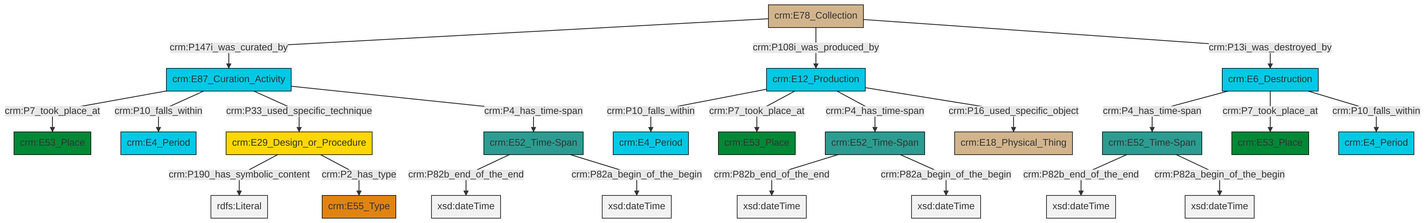
This is et/archivalCSV/ttl/mmd/png/archival_existence.png from swiss-art-research-net/docs.swissartresearch, a Mermaid export, as it was before one commit. Its source is kept beside it as et/archivalCSV/ttl/mmd/archival_existence.ttl.mmd.
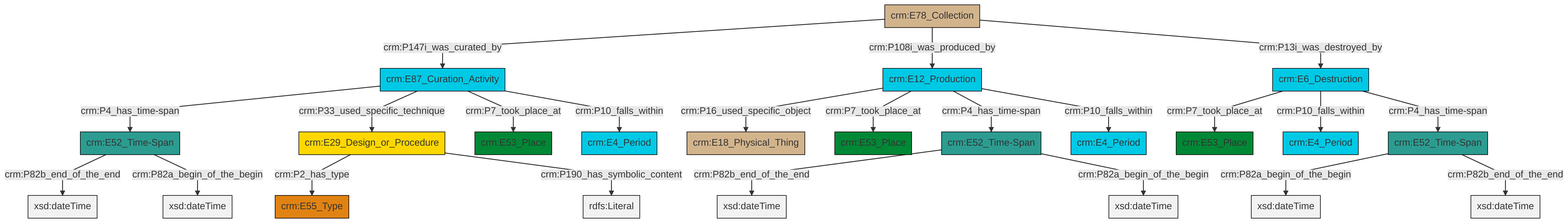
The same file after the commit.

What changed in the source:
```diff
@@ -13,25 +13,25 @@
 classDef PC_Classes fill:#4ce600, stroke:#000000;
 classDef Multi fill:#cccccc,stroke:#000000;
 
-0["crm:E87_Curation_Activity"]:::Temporal_Entity -->|crm:P7_took_place_at| 1["crm:E53_Place"]:::Place
-4["crm:E29_Design_or_Procedure"]:::Conceptual_Object -->|crm:P190_has_symbolic_content| 5[rdfs:Literal]:::Literal
-0["crm:E87_Curation_Activity"]:::Temporal_Entity -->|crm:P10_falls_within| 7["crm:E4_Period"]:::Temporal_Entity
-8["crm:E52_Time-Span"]:::Time-Span -->|crm:P82b_end_of_the_end| 9[xsd:dateTime]:::Literal
-2["crm:E52_Time-Span"]:::Time-Span -->|crm:P82b_end_of_the_end| 10[xsd:dateTime]:::Literal
-11["crm:E6_Destruction"]:::Temporal_Entity -->|crm:P4_has_time-span| 2["crm:E52_Time-Span"]:::Time-Span
-8["crm:E52_Time-Span"]:::Time-Span -->|crm:P82a_begin_of_the_begin| 12[xsd:dateTime]:::Literal
-13["crm:E78_Collection"]:::Physical_Thing -->|crm:P147i_was_curated_by| 0["crm:E87_Curation_Activity"]:::Temporal_Entity
-2["crm:E52_Time-Span"]:::Time-Span -->|crm:P82a_begin_of_the_begin| 16[xsd:dateTime]:::Literal
-11["crm:E6_Destruction"]:::Temporal_Entity -->|crm:P7_took_place_at| 19["crm:E53_Place"]:::Place
-20["crm:E12_Production"]:::Temporal_Entity -->|crm:P10_falls_within| 21["crm:E4_Period"]:::Temporal_Entity
-0["crm:E87_Curation_Activity"]:::Temporal_Entity -->|crm:P33_used_specific_technique| 4["crm:E29_Design_or_Procedure"]:::Conceptual_Object
-17["crm:E52_Time-Span"]:::Time-Span -->|crm:P82b_end_of_the_end| 28[xsd:dateTime]:::Literal
-20["crm:E12_Production"]:::Temporal_Entity -->|crm:P7_took_place_at| 14["crm:E53_Place"]:::Place
-13["crm:E78_Collection"]:::Physical_Thing -->|crm:P108i_was_produced_by| 20["crm:E12_Production"]:::Temporal_Entity
-11["crm:E6_Destruction"]:::Temporal_Entity -->|crm:P10_falls_within| 33["crm:E4_Period"]:::Temporal_Entity
-0["crm:E87_Curation_Activity"]:::Temporal_Entity -->|crm:P4_has_time-span| 8["crm:E52_Time-Span"]:::Time-Span
-13["crm:E78_Collection"]:::Physical_Thing -->|crm:P13i_was_destroyed_by| 11["crm:E6_Destruction"]:::Temporal_Entity
-20["crm:E12_Production"]:::Temporal_Entity -->|crm:P4_has_time-span| 17["crm:E52_Time-Span"]:::Time-Span
-17["crm:E52_Time-Span"]:::Time-Span -->|crm:P82a_begin_of_the_begin| 36[xsd:dateTime]:::Literal
-20["crm:E12_Production"]:::Temporal_Entity -->|crm:P16_used_specific_object| 30["crm:E18_Physical_Thing"]:::Physical_Thing
-4["crm:E29_Design_or_Procedure"]:::Conceptual_Object -->|crm:P2_has_type| 23["crm:E55_Type"]:::Type
+0["crm:E52_Time-Span"]:::Time-Span -->|crm:P82b_end_of_the_end| 1[xsd:dateTime]:::Literal
+2["crm:E6_Destruction"]:::Temporal_Entity -->|crm:P7_took_place_at| 3["crm:E53_Place"]:::Place
+12["crm:E87_Curation_Activity"]:::Temporal_Entity -->|crm:P4_has_time-span| 0["crm:E52_Time-Span"]:::Time-Span
+15["crm:E52_Time-Span"]:::Time-Span -->|crm:P82b_end_of_the_end| 16[xsd:dateTime]:::Literal
+20["crm:E12_Production"]:::Temporal_Entity -->|crm:P16_used_specific_object| 10["crm:E18_Physical_Thing"]:::Physical_Thing
+15["crm:E52_Time-Span"]:::Time-Span -->|crm:P82a_begin_of_the_begin| 21[xsd:dateTime]:::Literal
+2["crm:E6_Destruction"]:::Temporal_Entity -->|crm:P10_falls_within| 24["crm:E4_Period"]:::Temporal_Entity
+0["crm:E52_Time-Span"]:::Time-Span -->|crm:P82a_begin_of_the_begin| 25[xsd:dateTime]:::Literal
+20["crm:E12_Production"]:::Temporal_Entity -->|crm:P7_took_place_at| 13["crm:E53_Place"]:::Place
+6["crm:E29_Design_or_Procedure"]:::Conceptual_Object -->|crm:P2_has_type| 17["crm:E55_Type"]:::Type
+22["crm:E78_Collection"]:::Physical_Thing -->|crm:P147i_was_curated_by| 12["crm:E87_Curation_Activity"]:::Temporal_Entity
+22["crm:E78_Collection"]:::Physical_Thing -->|crm:P108i_was_produced_by| 20["crm:E12_Production"]:::Temporal_Entity
+6["crm:E29_Design_or_Procedure"]:::Conceptual_Object -->|crm:P190_has_symbolic_content| 28[rdfs:Literal]:::Literal
+2["crm:E6_Destruction"]:::Temporal_Entity -->|crm:P4_has_time-span| 4["crm:E52_Time-Span"]:::Time-Span
+12["crm:E87_Curation_Activity"]:::Temporal_Entity -->|crm:P33_used_specific_technique| 6["crm:E29_Design_or_Procedure"]:::Conceptual_Object
+20["crm:E12_Production"]:::Temporal_Entity -->|crm:P4_has_time-span| 15["crm:E52_Time-Span"]:::Time-Span
+12["crm:E87_Curation_Activity"]:::Temporal_Entity -->|crm:P7_took_place_at| 30["crm:E53_Place"]:::Place
+12["crm:E87_Curation_Activity"]:::Temporal_Entity -->|crm:P10_falls_within| 8["crm:E4_Period"]:::Temporal_Entity
+22["crm:E78_Collection"]:::Physical_Thing -->|crm:P13i_was_destroyed_by| 2["crm:E6_Destruction"]:::Temporal_Entity
+20["crm:E12_Production"]:::Temporal_Entity -->|crm:P10_falls_within| 32["crm:E4_Period"]:::Temporal_Entity
+4["crm:E52_Time-Span"]:::Time-Span -->|crm:P82a_begin_of_the_begin| 34[xsd:dateTime]:::Literal
+4["crm:E52_Time-Span"]:::Time-Span -->|crm:P82b_end_of_the_end| 38[xsd:dateTime]:::Literal
```
